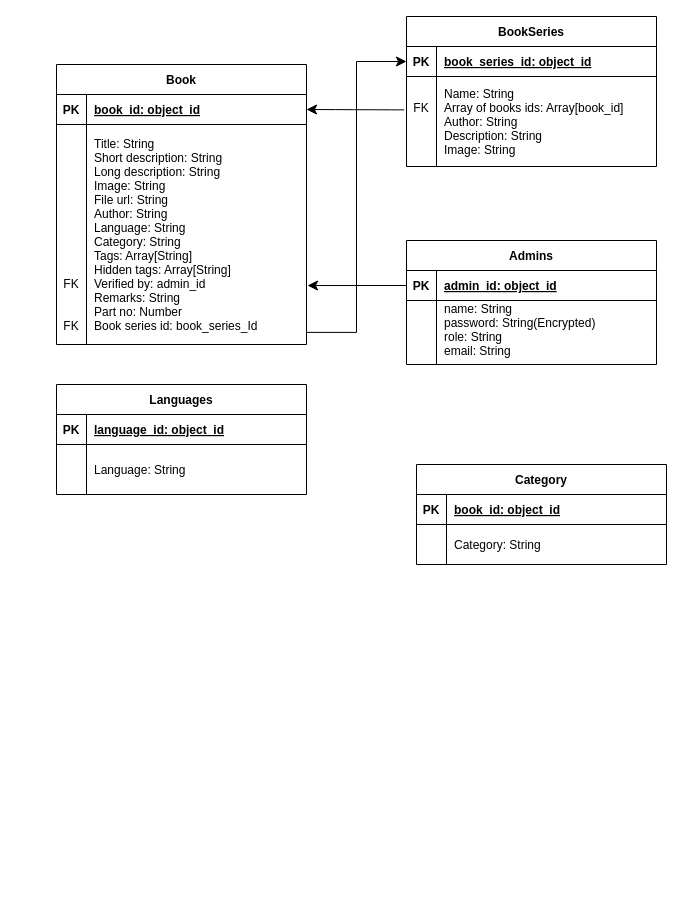
Above: Untitled Diagram.drawio in saksham-jain1/AnalogClock.github.io (draw.io), before the change. Source tidied: cells renumbered, new cells numbered last; positions are measured from the earlier drawing's top-left corner, leaving out a move shared by most shapes. Both pictures are drawn from the tidied source at 100%, with x=0, y=0 at pixel (56, 16).
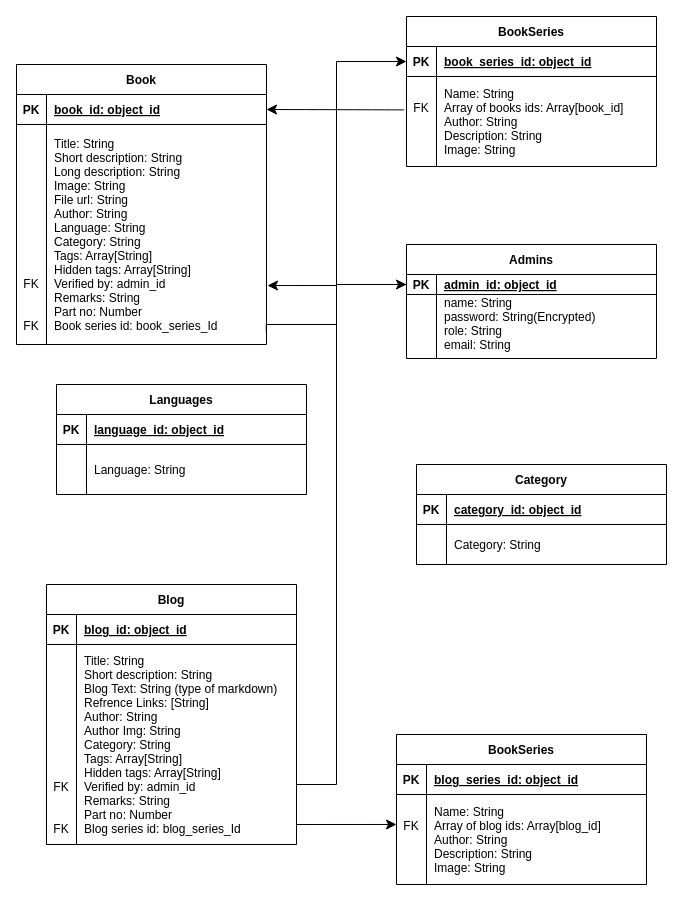
The same diagram, later.

Unchanged cells that the change refers to:
```xml
<mxCell id="20" style="shape=partialRectangle;fillColor=none;points=[[0,0.5],[1,0.5]];portConstraint=eastwest;top=0;left=0;right=0;bottom=0;" parent="16" vertex="1">
  <mxGeometry y="60" width="250" height="220" as="geometry" />
</mxCell>
<mxCell id="34" style="shape=partialRectangle;fillColor=none;top=0;left=0;right=0;bottom=1;" parent="33" vertex="1">
  <mxGeometry y="30" width="250" height="30" as="geometry" />
</mxCell>
```

What changed in the source:
```diff
@@
-    <mxCell id="2" value="BookSeries" style="shape=table;startSize=30;childLayout=tableLayout;rowLines=0;fontStyle=1;align=center;" parent="1" vertex="1">
-      <mxGeometry x="350" width="250" height="150" as="geometry" />
-    </mxCell>
-    <mxCell id="3" style="shape=partialRectangle;fillColor=none;points=[[0,0.5],[1,0.5]];portConstraint=eastwest;top=0;left=0;right=0;bottom=1;" parent="2" vertex="1">
-      <mxGeometry y="30" width="250" height="30" as="geometry" />
-    </mxCell>
-    <mxCell id="4" value="PK" style="shape=partialRectangle;overflow=hidden;fillColor=none;top=0;left=0;bottom=0;right=0;fontStyle=1;" parent="3" vertex="1">
-      <mxGeometry width="30" height="30" as="geometry" />
-    </mxCell>
-    <mxCell id="5" value="book_series_id: object_id" style="shape=partialRectangle;overflow=hidden;fillColor=none;top=0;left=0;bottom=0;right=0;align=left;spacingLeft=6;fontStyle=5;" parent="3" vertex="1">
-      <mxGeometry x="30" width="220" height="30" as="geometry" />
-    </mxCell>
-    <mxCell id="6" style="shape=partialRectangle;fillColor=none;points=[[0,0.5],[1,0.5]];portConstraint=eastwest;top=0;left=0;right=0;bottom=0;" parent="2" vertex="1">
-      <mxGeometry y="60" width="250" height="90" as="geometry" />
-    </mxCell>
-    <mxCell id="7" value="&#10;FK&#10;&#10;&#10;" style="shape=partialRectangle;overflow=hidden;fillColor=none;top=0;left=0;bottom=0;right=0;" parent="6" vertex="1">
-      <mxGeometry width="30" height="90" as="geometry" />
-    </mxCell>
-    <mxCell id="8" value="Name: String&#10;Array of books ids: Array[book_id]&#10;Author: String &#10;Description: String &#10;Image: String" style="shape=partialRectangle;overflow=hidden;fillColor=none;top=0;left=0;bottom=0;right=0;align=left;spacingLeft=6;" parent="6" vertex="1">
-      <mxGeometry x="30" width="220" height="90" as="geometry" />
-    </mxCell>
     <mxCell id="9" value="Admins" style="shape=table;startSize=30;childLayout=tableLayout;rowLines=0;fontStyle=1;align=center;" parent="1" vertex="1">
-      <mxGeometry x="350" y="224" width="250" height="124" as="geometry" />
+      <mxGeometry x="350" y="228" width="250" height="114" as="geometry" />
     </mxCell>
     <mxCell id="10" style="shape=partialRectangle;fillColor=none;points=[[0,0.5],[1,0.5]];portConstraint=eastwest;top=0;left=0;right=0;bottom=1;" parent="9" vertex="1">
-      <mxGeometry y="30" width="250" height="30" as="geometry" />
+      <mxGeometry y="30" width="250" height="20" as="geometry" />
     </mxCell>
     <mxCell id="11" value="PK" style="shape=partialRectangle;overflow=hidden;fillColor=none;top=0;left=0;bottom=0;right=0;fontStyle=1;" parent="10" vertex="1">
-      <mxGeometry width="30" height="30" as="geometry" />
+      <mxGeometry width="30" height="20" as="geometry" />
     </mxCell>
     <mxCell id="12" value="admin_id: object_id" style="shape=partialRectangle;overflow=hidden;fillColor=none;top=0;left=0;bottom=0;right=0;align=left;spacingLeft=6;fontStyle=5;" parent="10" vertex="1">
-      <mxGeometry x="30" width="220" height="30" as="geometry" />
+      <mxGeometry x="30" width="220" height="20" as="geometry" />
     </mxCell>
     <mxCell id="13" style="shape=partialRectangle;fillColor=none;top=0;left=0;right=0;bottom=0;" parent="9" vertex="1">
-      <mxGeometry y="60" width="250" height="64" as="geometry" />
+      <mxGeometry y="50" width="250" height="64" as="geometry" />
     </mxCell>
@@
     <mxCell id="16" value="Book" style="shape=table;startSize=30;childLayout=tableLayout;rowLines=0;fontStyle=1;align=center;" parent="1" vertex="1">
-      <mxGeometry y="48" width="250" height="280" as="geometry" />
+      <mxGeometry x="-40" y="48" width="250" height="280" as="geometry" />
     </mxCell>
@@
     <mxCell id="23" style="endArrow=classic;html=1;rounded=0;fontSize=12;startSize=8;endSize=8;exitX=0.999;exitY=0.945;exitDx=0;exitDy=0;exitPerimeter=0;entryX=0;entryY=0.5;entryDx=0;entryDy=0;edgeStyle=orthogonalEdgeStyle;" parent="1" edge="1" source="20" target="3">
-      <mxGeometry relative="1" as="geometry" />
+      <mxGeometry relative="1" as="geometry">
+        <Array as="points">
+          <mxPoint x="210" y="308" />
+          <mxPoint x="280" y="308" />
+          <mxPoint x="280" y="45" />
+        </Array>
+      </mxGeometry>
     </mxCell>
@@
-    <mxCell id="36" value="book_id: object_id" style="shape=partialRectangle;overflow=hidden;fillColor=none;top=0;left=0;bottom=0;right=0;align=left;spacingLeft=6;fontStyle=5;" parent="34" vertex="1">
+    <mxCell id="36" value="category_id: object_id" style="shape=partialRectangle;overflow=hidden;fillColor=none;top=0;left=0;bottom=0;right=0;align=left;spacingLeft=6;fontStyle=5;" parent="34" vertex="1">
       <mxGeometry x="30" width="220" height="30" as="geometry" />
     </mxCell>
@@
+    <mxCell id="40" value="Blog" style="shape=table;startSize=30;childLayout=tableLayout;rowLines=0;fontStyle=1;align=center;" parent="1" vertex="1">
+      <mxGeometry x="-10" y="568" width="250" height="260" as="geometry" />
+    </mxCell>
+    <mxCell id="41" style="shape=partialRectangle;fillColor=none;top=0;left=0;right=0;bottom=1;" parent="40" vertex="1">
+      <mxGeometry y="30" width="250" height="30" as="geometry" />
+    </mxCell>
+    <mxCell id="42" value="PK" style="shape=partialRectangle;overflow=hidden;fillColor=none;top=0;left=0;bottom=0;right=0;fontStyle=1;" parent="41" vertex="1">
+      <mxGeometry width="30" height="30" as="geometry" />
+    </mxCell>
+    <mxCell id="43" value="blog_id: object_id" style="shape=partialRectangle;overflow=hidden;fillColor=none;top=0;left=0;bottom=0;right=0;align=left;spacingLeft=6;fontStyle=5;" parent="41" vertex="1">
+      <mxGeometry x="30" width="220" height="30" as="geometry" />
+    </mxCell>
+    <mxCell id="44" style="shape=partialRectangle;fillColor=none;points=[[0,0.5],[1,0.5]];portConstraint=eastwest;top=0;left=0;right=0;bottom=0;" parent="40" vertex="1">
+      <mxGeometry y="60" width="250" height="200" as="geometry" />
+    </mxCell>
+    <mxCell id="45" value="&#10;&#10;&#10;&#10;&#10;&#10;&#10;&#10;&#10;FK&#10;&#10;&#10;FK" style="shape=partialRectangle;overflow=hidden;fillColor=none;top=0;left=0;bottom=0;right=0;" parent="44" vertex="1">
+      <mxGeometry width="30" height="200" as="geometry" />
+    </mxCell>
+    <mxCell id="46" value="Title: String&#10;Short description: String&#10;Blog Text: String (type of markdown)&#10;Refrence Links: [String]&#10;Author: String&#10;Author Img: String&#10;Category: String&#10;Tags: Array[String]&#10;Hidden tags: Array[String]&#10;Verified by: admin_id &#10;Remarks: String&#10;Part no: Number&#10;Blog series id: blog_series_Id" style="shape=partialRectangle;overflow=hidden;fillColor=none;top=0;left=0;bottom=0;right=0;align=left;spacingLeft=6;" parent="44" vertex="1">
+      <mxGeometry x="30" width="220" height="200" as="geometry" />
+    </mxCell>
+    <mxCell id="2" value="BookSeries" style="shape=table;startSize=30;childLayout=tableLayout;rowLines=0;fontStyle=1;align=center;" parent="1" vertex="1">
+      <mxGeometry x="350" width="250" height="150" as="geometry" />
+    </mxCell>
+    <mxCell id="3" style="shape=partialRectangle;fillColor=none;points=[[0,0.5],[1,0.5]];portConstraint=eastwest;top=0;left=0;right=0;bottom=1;" parent="2" vertex="1">
+      <mxGeometry y="30" width="250" height="30" as="geometry" />
+    </mxCell>
+    <mxCell id="4" value="PK" style="shape=partialRectangle;overflow=hidden;fillColor=none;top=0;left=0;bottom=0;right=0;fontStyle=1;" parent="3" vertex="1">
+      <mxGeometry width="30" height="30" as="geometry" />
+    </mxCell>
+    <mxCell id="5" value="book_series_id: object_id" style="shape=partialRectangle;overflow=hidden;fillColor=none;top=0;left=0;bottom=0;right=0;align=left;spacingLeft=6;fontStyle=5;" parent="3" vertex="1">
+      <mxGeometry x="30" width="220" height="30" as="geometry" />
+    </mxCell>
+    <mxCell id="6" style="shape=partialRectangle;fillColor=none;points=[[0,0.5],[1,0.5]];portConstraint=eastwest;top=0;left=0;right=0;bottom=0;" parent="2" vertex="1">
+      <mxGeometry y="60" width="250" height="90" as="geometry" />
+    </mxCell>
+    <mxCell id="7" value="&#10;FK&#10;&#10;&#10;" style="shape=partialRectangle;overflow=hidden;fillColor=none;top=0;left=0;bottom=0;right=0;" parent="6" vertex="1">
+      <mxGeometry width="30" height="90" as="geometry" />
+    </mxCell>
+    <mxCell id="8" value="Name: String&#10;Array of books ids: Array[book_id]&#10;Author: String &#10;Description: String &#10;Image: String" style="shape=partialRectangle;overflow=hidden;fillColor=none;top=0;left=0;bottom=0;right=0;align=left;spacingLeft=6;" parent="6" vertex="1">
+      <mxGeometry x="30" width="220" height="90" as="geometry" />
+    </mxCell>
+    <mxCell id="47" value="BookSeries" style="shape=table;startSize=30;childLayout=tableLayout;rowLines=0;fontStyle=1;align=center;" parent="1" vertex="1">
+      <mxGeometry x="340" y="718" width="250" height="150" as="geometry" />
+    </mxCell>
+    <mxCell id="48" style="shape=partialRectangle;fillColor=none;top=0;left=0;right=0;bottom=1;" parent="47" vertex="1">
+      <mxGeometry y="30" width="250" height="30" as="geometry" />
+    </mxCell>
+    <mxCell id="49" value="PK" style="shape=partialRectangle;overflow=hidden;fillColor=none;top=0;left=0;bottom=0;right=0;fontStyle=1;" parent="48" vertex="1">
+      <mxGeometry width="30" height="30" as="geometry" />
+    </mxCell>
+    <mxCell id="50" value="blog_series_id: object_id" style="shape=partialRectangle;overflow=hidden;fillColor=none;top=0;left=0;bottom=0;right=0;align=left;spacingLeft=6;fontStyle=5;" parent="48" vertex="1">
+      <mxGeometry x="30" width="220" height="30" as="geometry" />
+    </mxCell>
+    <mxCell id="51" style="shape=partialRectangle;fillColor=none;points=[[0,0.5],[1,0.5]];portConstraint=eastwest;top=0;left=0;right=0;bottom=0;" parent="47" vertex="1">
+      <mxGeometry y="60" width="250" height="90" as="geometry" />
+    </mxCell>
+    <mxCell id="52" value="&#10;FK&#10;&#10;&#10;" style="shape=partialRectangle;overflow=hidden;fillColor=none;top=0;left=0;bottom=0;right=0;" parent="51" vertex="1">
+      <mxGeometry width="30" height="90" as="geometry" />
+    </mxCell>
+    <mxCell id="53" value="Name: String&#10;Array of blog ids: Array[blog_id]&#10;Author: String &#10;Description: String &#10;Image: String" style="shape=partialRectangle;overflow=hidden;fillColor=none;top=0;left=0;bottom=0;right=0;align=left;spacingLeft=6;" parent="51" vertex="1">
+      <mxGeometry x="30" width="220" height="90" as="geometry" />
+    </mxCell>
+    <mxCell id="54" style="jettySize=auto;html=1;rounded=0;fontSize=12;startSize=8;endSize=8;entryX=0;entryY=0.333;entryDx=0;entryDy=0;entryPerimeter=0;exitX=1;exitY=0.9;exitDx=0;exitDy=0;exitPerimeter=0;edgeStyle=orthogonalEdgeStyle;" parent="1" edge="1" source="44" target="51">
+      <mxGeometry relative="1" as="geometry" />
+    </mxCell>
+    <mxCell id="55" style="edgeStyle=orthogonalEdgeStyle;jettySize=auto;html=1;rounded=0;fontSize=12;startSize=8;endSize=8;" parent="1" edge="1" source="44">
+      <mxGeometry relative="1" as="geometry">
+        <mxPoint x="350" y="268" as="targetPoint" />
+        <Array as="points">
+          <mxPoint x="280" y="768" />
+          <mxPoint x="280" y="268" />
+        </Array>
+      </mxGeometry>
+    </mxCell>
```
